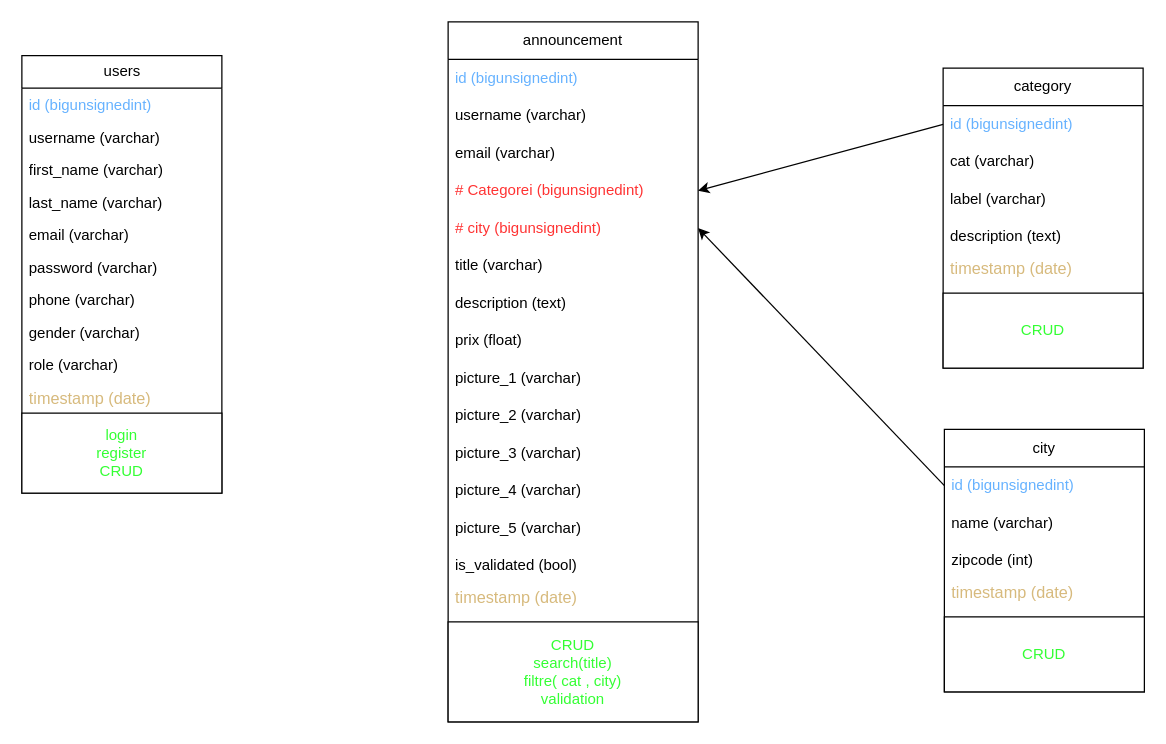
The draw.io diagram database.drawio in ael-mouz/Quick_Annonce, before the edit. Source tidied: cells renumbered, new cells numbered last; positions are measured from the earlier drawing's top-left corner, leaving out a move shared by most shapes. Both pictures are drawn from the tidied source at 125%, with x=0, y=0 at pixel (21, 21).
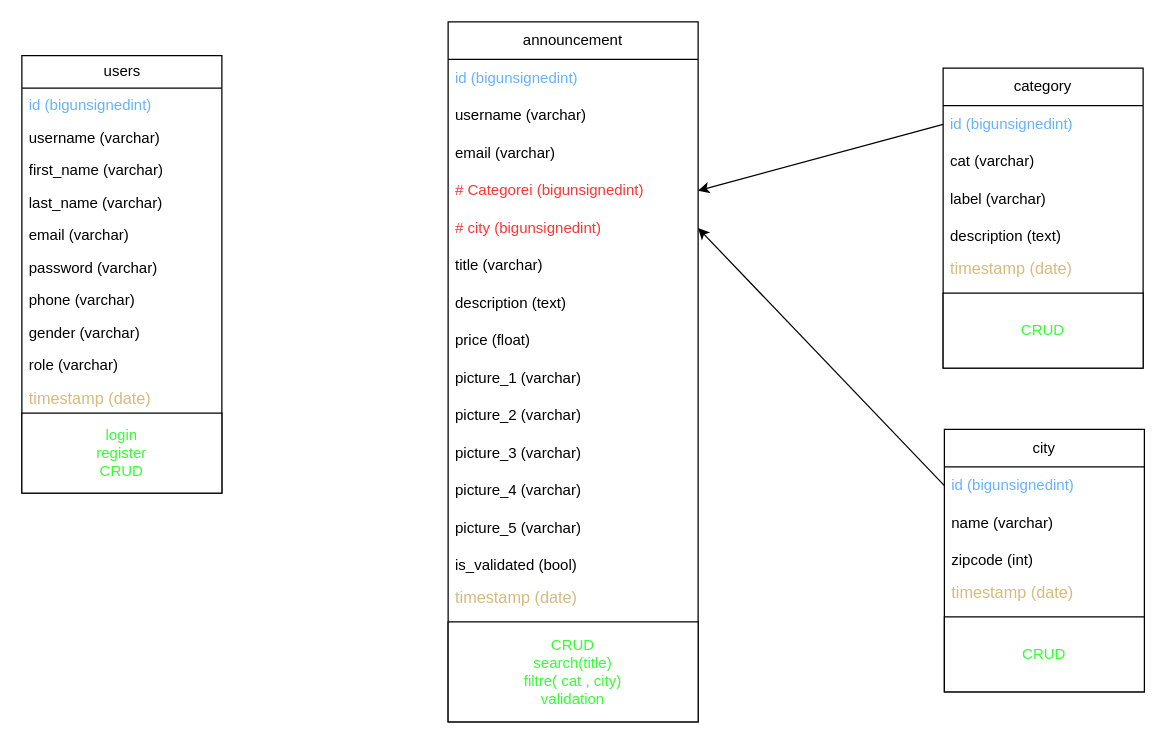
The same diagram, later.

The change refers to these unchanged cells:
```xml
<mxCell id="27" value="announcement" style="swimlane;fontStyle=0;horizontal=1;startSize=30;whiteSpace=wrap;html=1;" parent="1" vertex="1">
  <mxGeometry x="341" width="200" height="560" as="geometry" />
</mxCell>
```

The edit, as a diff of the source:
```diff
@@
-    <mxCell id="35" value="prix (float)" style="text;strokeColor=none;fillColor=none;align=left;verticalAlign=middle;spacingLeft=4;spacingRight=4;overflow=hidden;whiteSpace=wrap;html=1;" parent="27" vertex="1">
+    <mxCell id="35" value="price (float)" style="text;strokeColor=none;fillColor=none;align=left;verticalAlign=middle;spacingLeft=4;spacingRight=4;overflow=hidden;whiteSpace=wrap;html=1;" parent="27" vertex="1">
       <mxGeometry y="240" width="200" height="30" as="geometry" />
     </mxCell>
```
